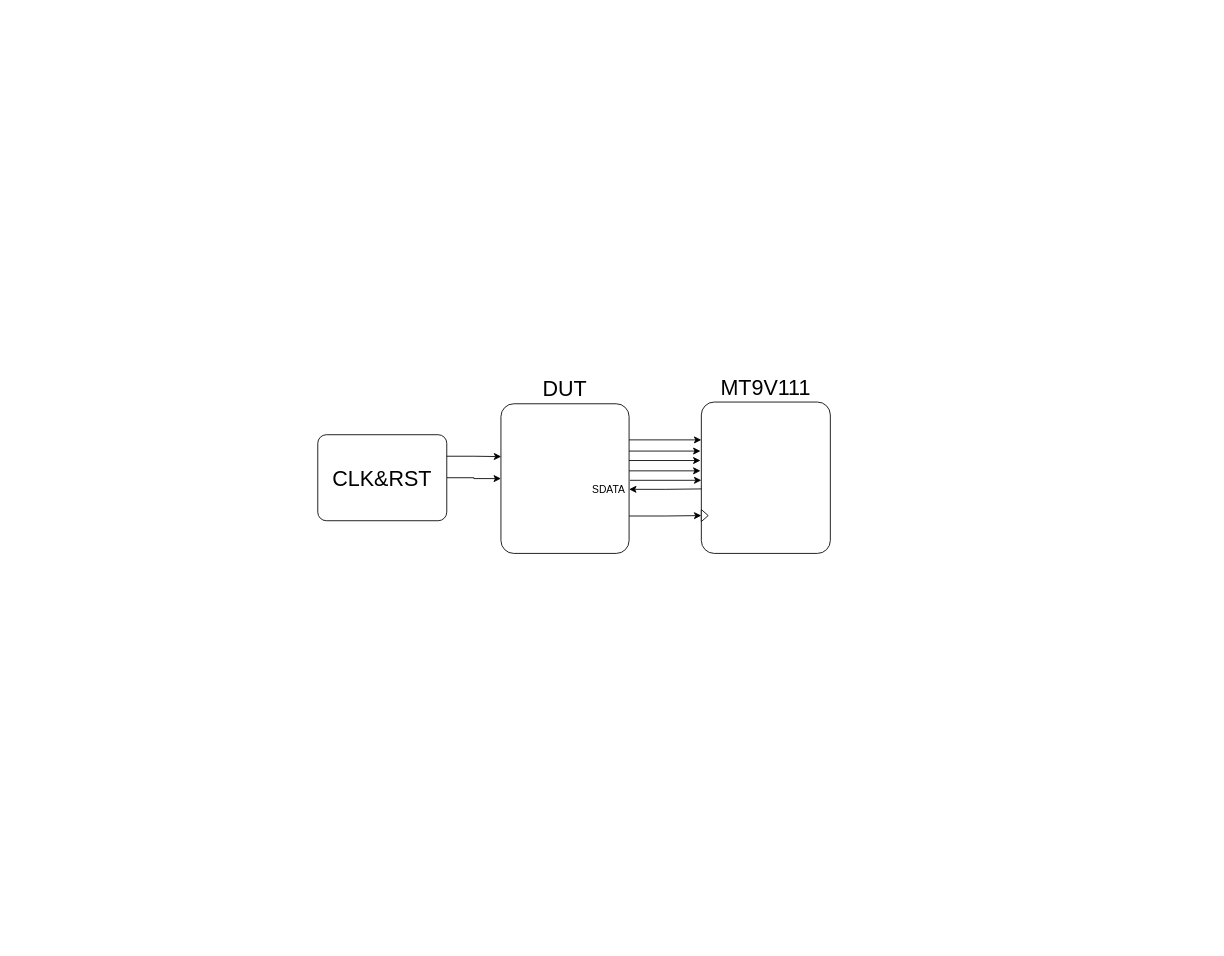
The draw.io diagram page "TESTBENCH" (1 of 5) of projects/vicon_cmgj/diagram/vicon.drawio in carlosmgj/VICON, before the edit. Source tidied: cells renumbered, new cells numbered last; positions are measured from the earlier drawing's top-left corner, leaving out a move shared by most shapes. Both pictures are drawn from the tidied source at 86%, with x=0, y=0 at pixel (317, 402).
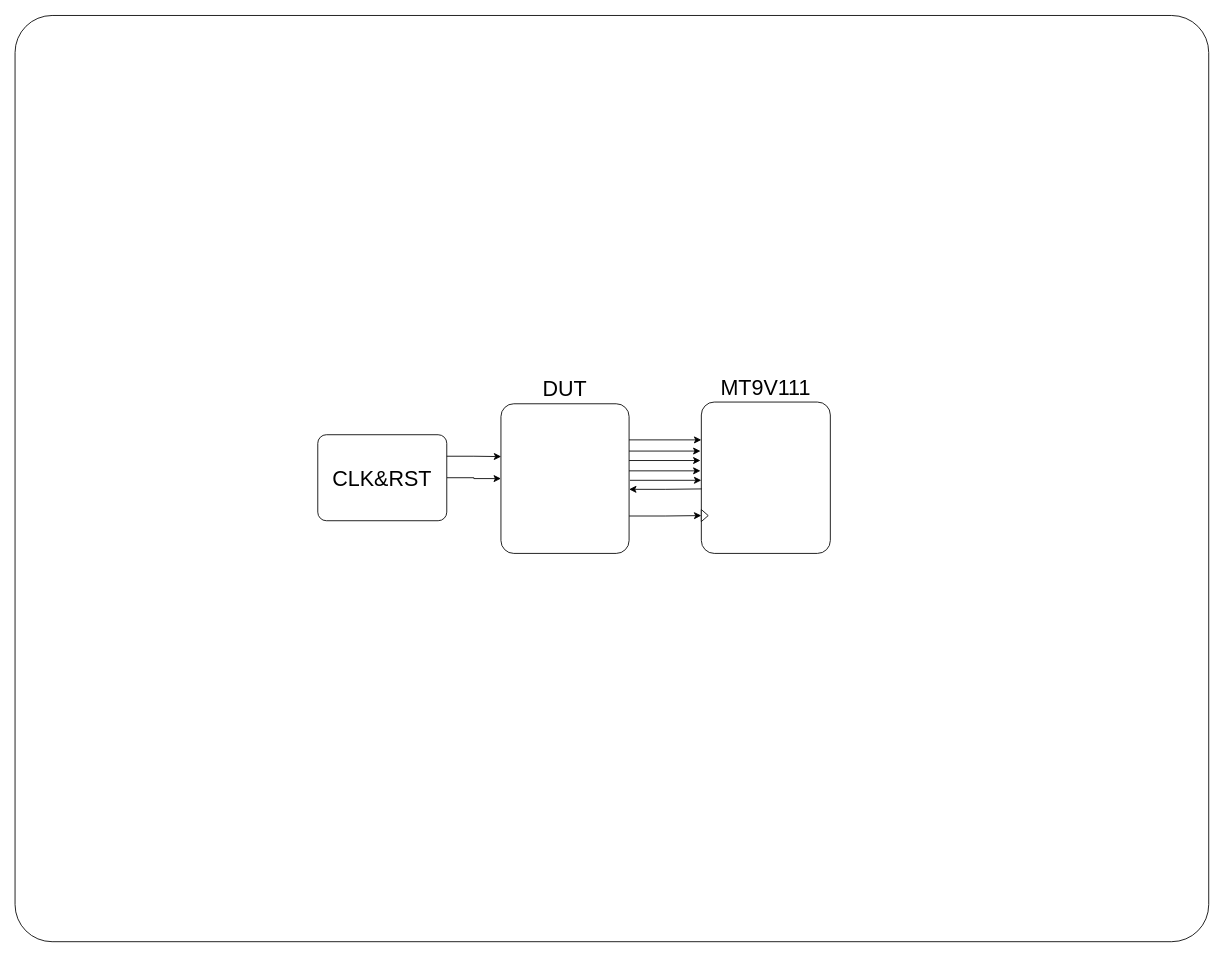
The same diagram, later.

The edit, as a diff of the source:
```diff
@@
-<mxGraphModel>
+<mxGraphModel background="#ffffff">
@@
+    <mxCell id="16" style="rounded=1;whiteSpace=wrap;html=1;arcSize=4;" parent="1" vertex="1">
+      <mxGeometry x="-352" y="-449.5" width="1388" height="1077" as="geometry" />
+    </mxCell>
@@
-    <mxCell id="11" value="SDATA" style="text;html=1;align=center;verticalAlign=middle;strokeColor=none;fillColor=none;labelBackgroundColor=none;" parent="1" vertex="1">
-      <mxGeometry x="310" y="89" width="56" height="26" as="geometry" />
-    </mxCell>
```
